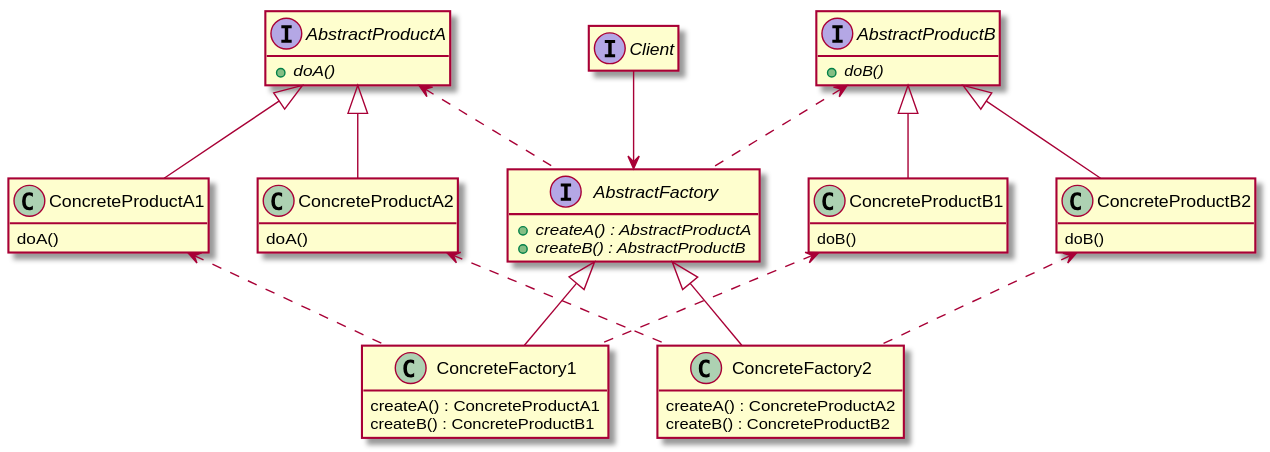
The PlantUML diagram programming/patterns/AbstractFactory/Class.svg in pvc1989/miniWiki, before a commit.
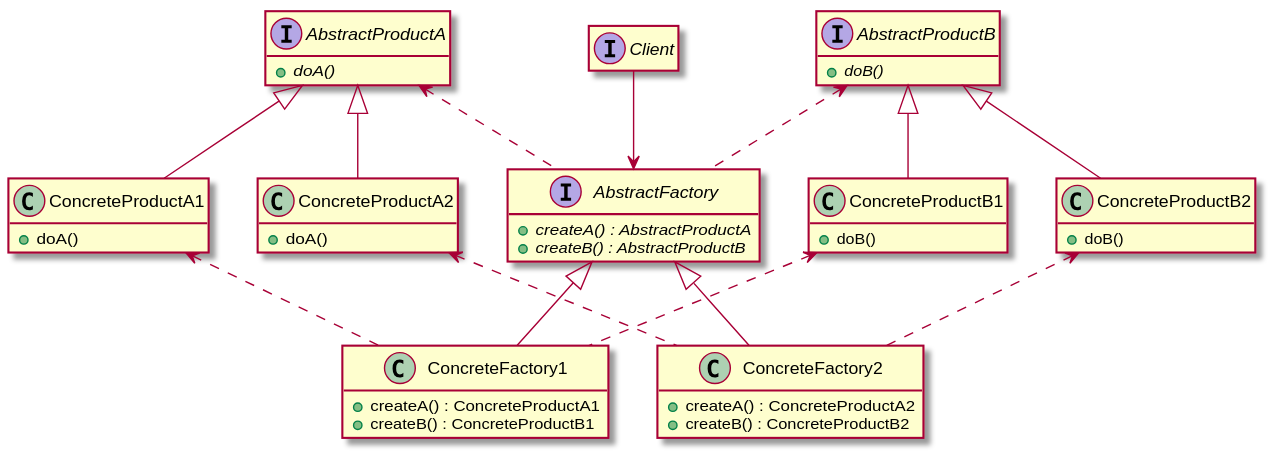
After the commit.

Commit message:
Add access control.

What changed in the source:
```diff
@@ -21,16 +21,16 @@
 AbstractProductB <|-- ConcreteProductB2
 
 class ConcreteProductA1 {
-  doA()
+  +doA()
 }
 class ConcreteProductA2 {
-  doA()
+  +doA()
 }
 class ConcreteProductB1 {
-  doB()
+  +doB()
 }
 class ConcreteProductB2 {
-  doB()
+  +doB()
 }
 
 ConcreteProductA1 <.. ConcreteFactory1
@@ -42,12 +42,12 @@
 AbstractFactory <|-- ConcreteFactory2
 
 class ConcreteFactory1 {
-  createA() : ConcreteProductA1
-  createB() : ConcreteProductB1
+  +createA() : ConcreteProductA1
+  +createB() : ConcreteProductB1
 }
 class ConcreteFactory2 {
-  createA() : ConcreteProductA2
-  createB() : ConcreteProductB2
+  +createA() : ConcreteProductA2
+  +createB() : ConcreteProductB2
 }
 
 hide empty attributes
```
